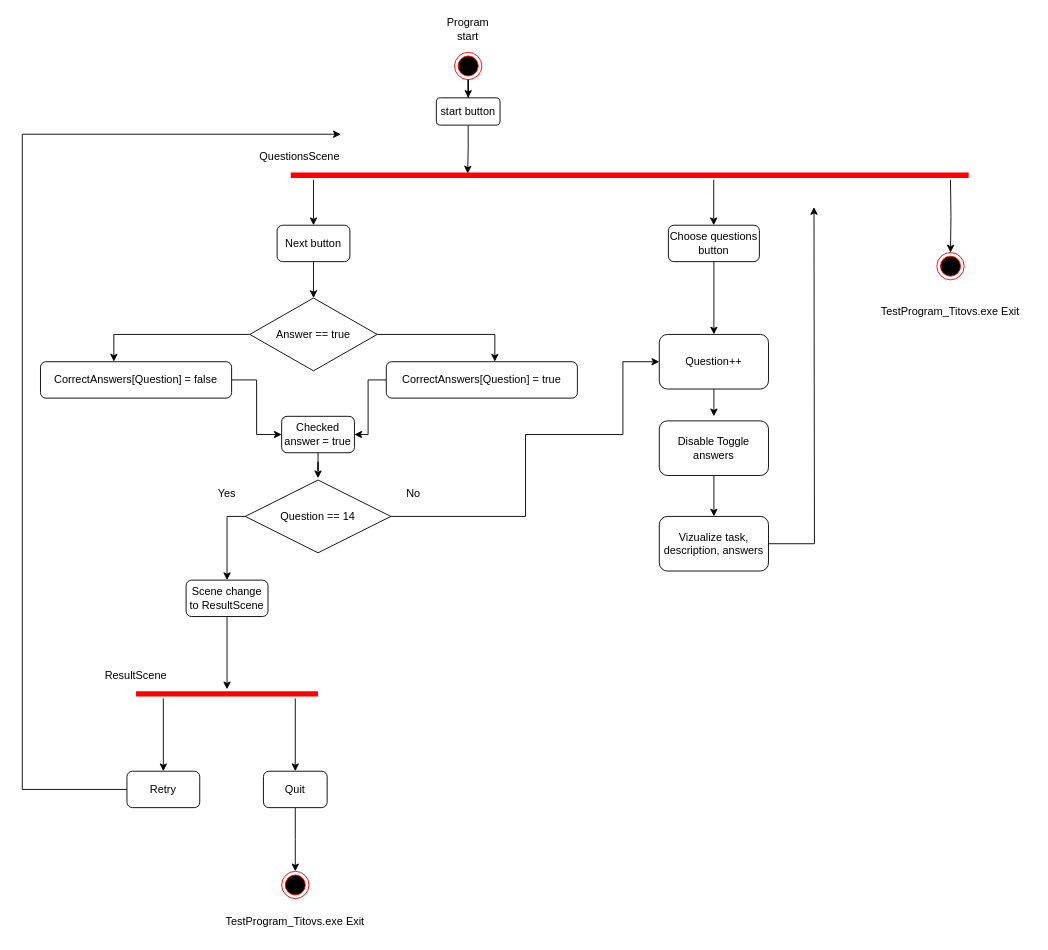
Before: Assets/UML/AktivitateDiagramUML.drawio in Mirflin/Titovs_examTest_29, a draw.io diagram. Source tidied: cells renumbered, new cells numbered last; positions are measured from the earlier drawing's top-left corner, leaving out a move shared by most shapes. Both pictures are drawn from the tidied source at 91%, with x=0, y=0 at pixel (22, 15).
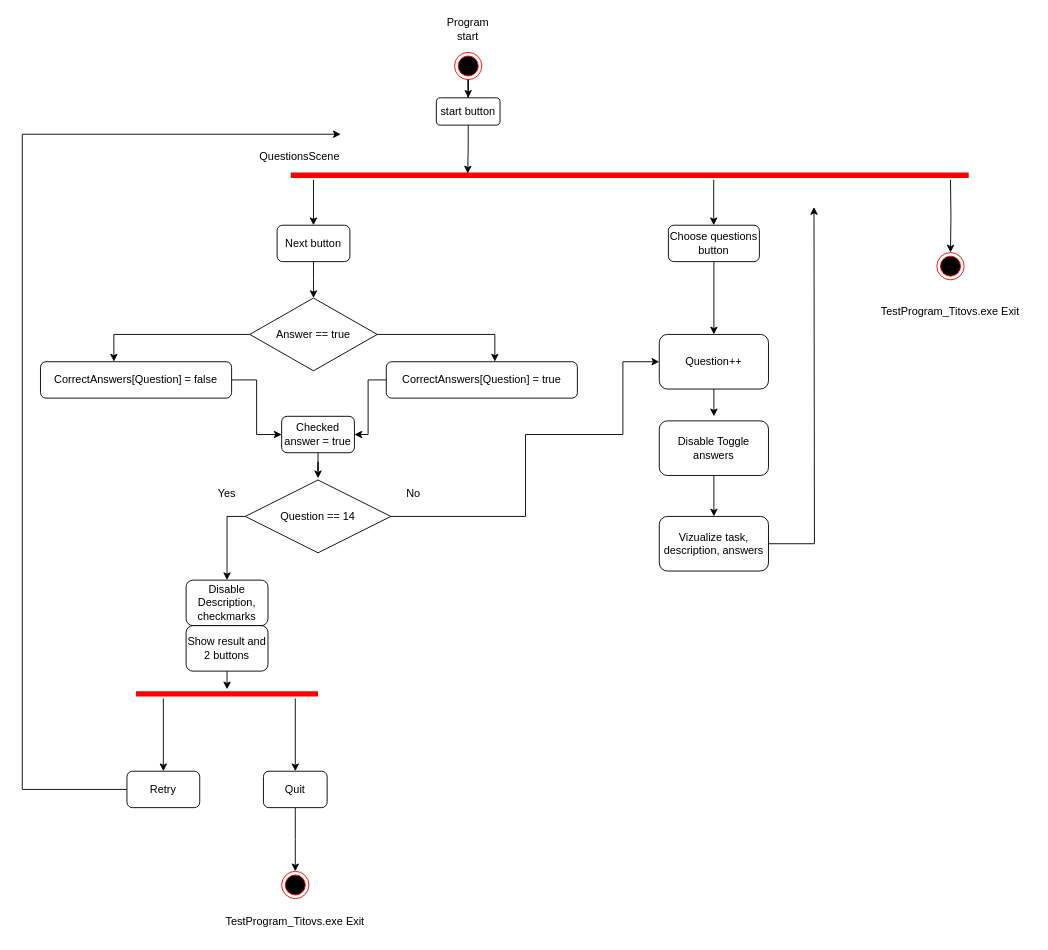
The same diagram, later.

The edit, as a diff of the source:
```diff
@@
-    <mxCell id="16" value="Scene change to ResultScene" style="rounded=1;whiteSpace=wrap;html=1;" parent="1" vertex="1">
-      <mxGeometry x="180" y="620" width="90" height="40" as="geometry" />
+    <mxCell id="16" value="Disable Description, checkmarks" style="rounded=1;whiteSpace=wrap;html=1;" parent="1" vertex="1">
+      <mxGeometry x="180" y="620" width="90" height="50" as="geometry" />
     </mxCell>
@@
-    <mxCell id="18" value="ResultScene" style="text;html=1;align=center;verticalAlign=middle;whiteSpace=wrap;rounded=0;" parent="1" vertex="1">
-      <mxGeometry x="95" y="710" width="60" height="30" as="geometry" />
-    </mxCell>
@@
+    <mxCell id="50" value="Show result and 2 buttons" style="rounded=1;whiteSpace=wrap;html=1;" parent="1" vertex="1">
+      <mxGeometry x="180" y="670" width="90" height="50" as="geometry" />
+    </mxCell>
```
